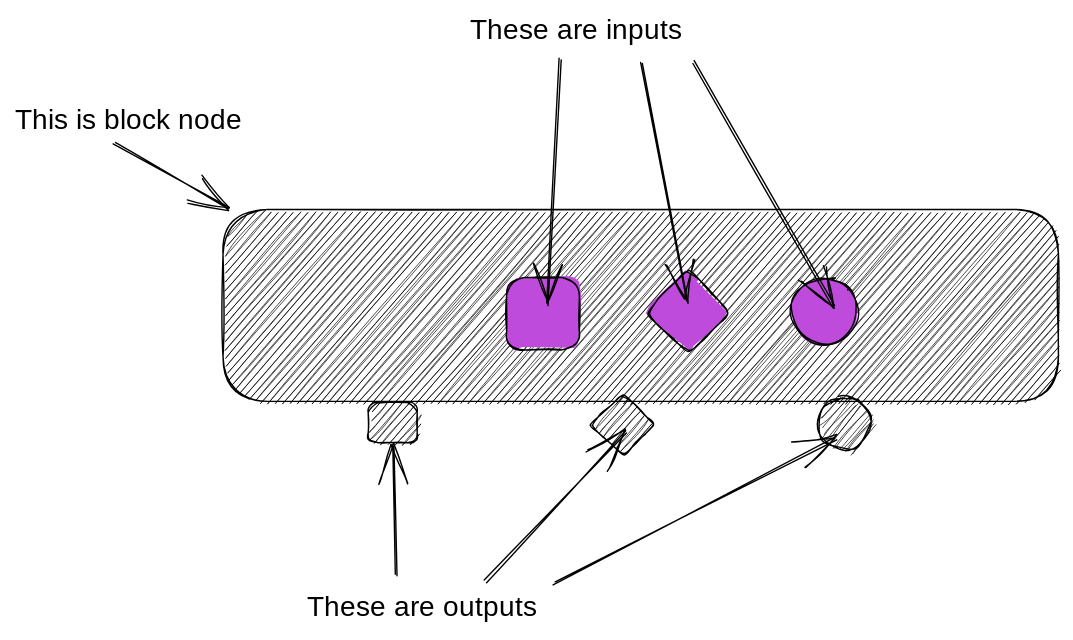
Above: docs/c2.excalidraw.svg in 0x-jerry/blocks-program (Excalidraw), before the change. Source tidied: one line per element, renumbered; positions are measured from the earlier drawing's top-left corner, leaving out a move shared by most shapes.
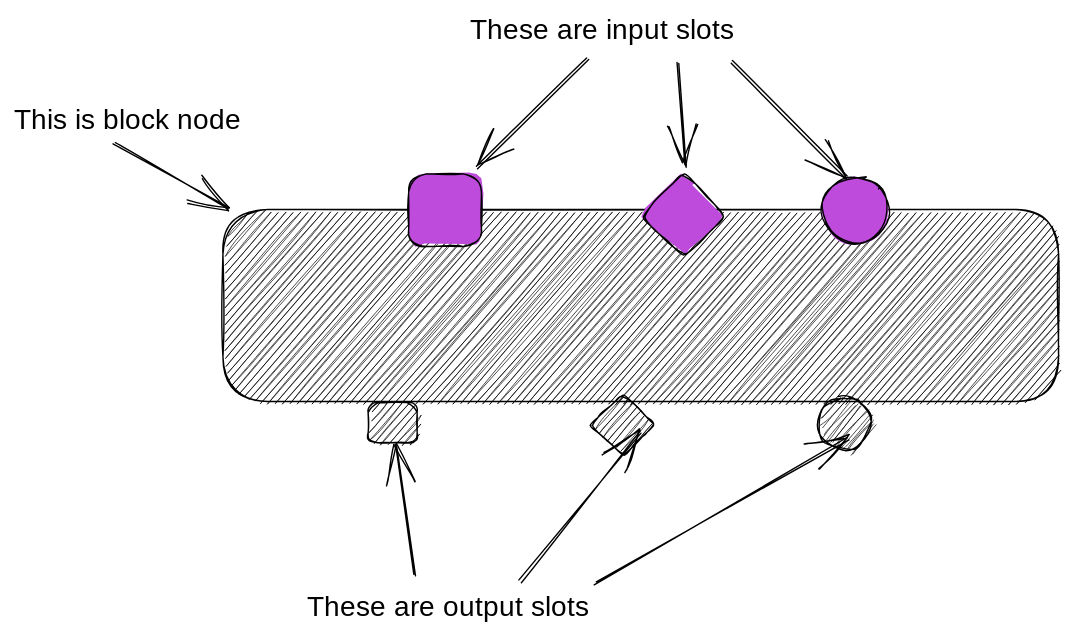
Later version of the same file.

Commit message:
docs: update node design

The edit, as a diff of the source:
```diff
@@ -1,17 +1,17 @@
 {"id": 0, "type": "rectangle", "strokeColor": "#000000", "backgroundColor": "#000", "fillStyle": "hachure", "strokeWidth": 1, "roughness": 1, "round": true, "x": 149, "y": 140, "width": 597, "height": 137}
-{"id": 1, "type": "rectangle", "strokeColor": "#000000", "backgroundColor": "#be4bdb", "fillStyle": "solid", "strokeWidth": 1, "roughness": 1, "round": true, "x": 352, "y": 188, "width": 52, "height": 52}
+{"id": 1, "type": "rectangle", "strokeColor": "#000000", "backgroundColor": "#be4bdb", "fillStyle": "solid", "strokeWidth": 1, "roughness": 1, "round": true, "x": 282, "y": 114, "width": 52, "height": 52}
-{"id": 2, "type": "diamond", "strokeColor": "#000000", "backgroundColor": "#be4bdb", "fillStyle": "solid", "strokeWidth": 1, "roughness": 1, "round": true, "x": 451, "y": 182, "width": 61, "height": 61}
+{"id": 2, "type": "diamond", "strokeColor": "#000000", "backgroundColor": "#be4bdb", "fillStyle": "solid", "strokeWidth": 1, "roughness": 1, "round": true, "x": 448, "y": 113, "width": 61, "height": 61}
-{"id": 3, "type": "ellipse", "strokeColor": "#000000", "backgroundColor": "#be4bdb", "fillStyle": "solid", "strokeWidth": 1, "roughness": 1, "round": true, "x": 555, "y": 189, "width": 47, "height": 47}
+{"id": 3, "type": "ellipse", "strokeColor": "#000000", "backgroundColor": "#be4bdb", "fillStyle": "solid", "strokeWidth": 1, "roughness": 1, "round": true, "x": 577, "y": 117, "width": 47, "height": 47}
 {"id": 4, "type": "rectangle", "strokeColor": "#000000", "backgroundColor": "#000", "fillStyle": "hachure", "strokeWidth": 1, "roughness": 1, "round": true, "x": 253, "y": 278, "width": 35, "height": 29}
 {"id": 5, "type": "diamond", "strokeColor": "#000000", "backgroundColor": "#000", "fillStyle": "hachure", "strokeWidth": 1, "roughness": 1, "round": true, "x": 411, "y": 272, "width": 47, "height": 44}
 {"id": 6, "type": "ellipse", "strokeColor": "#000000", "backgroundColor": "#000", "fillStyle": "hachure", "strokeWidth": 1, "roughness": 1, "round": true, "x": 574, "y": 274, "width": 38, "height": 37}
-{"id": 7, "type": "text", "text": "These are outputs", "strokeColor": "#000000", "backgroundColor": "#000", "fillStyle": "hachure", "strokeWidth": 1, "roughness": 1, "fontSize": 20, "fontFamily": 1, "x": 209, "y": 412, "width": 189, "height": 25}
+{"id": 7, "type": "text", "text": "These are output slots", "strokeColor": "#000000", "backgroundColor": "#000", "fillStyle": "hachure", "strokeWidth": 1, "roughness": 1, "fontSize": 20, "fontFamily": 1, "x": 209, "y": 412, "width": 237, "height": 25}
-{"id": 8, "type": "arrow", "strokeColor": "#000000", "backgroundColor": "#000", "fillStyle": "hachure", "strokeWidth": 1, "roughness": 1, "endArrowhead": "arrow", "round": true, "from": 7, "to": 4, "x": 273, "y": 402, "width": 2, "height": 93, "points": [[0, 0], [-2, -93]]}
+{"id": 8, "type": "arrow", "strokeColor": "#000000", "backgroundColor": "#000", "fillStyle": "hachure", "strokeWidth": 1, "roughness": 1, "endArrowhead": "arrow", "round": true, "from": 7, "to": 4, "x": 286, "y": 402, "width": 13, "height": 93, "points": [[0, 0], [-13, -93]]}
-{"id": 9, "type": "arrow", "strokeColor": "#000000", "backgroundColor": "#000", "fillStyle": "hachure", "strokeWidth": 1, "roughness": 1, "endArrowhead": "arrow", "round": true, "from": 7, "to": 0, "x": 337, "y": 406, "width": 100, "height": 107, "points": [[0, 0], [100, -107]]}
+{"id": 9, "type": "arrow", "strokeColor": "#000000", "backgroundColor": "#000", "fillStyle": "hachure", "strokeWidth": 1, "roughness": 1, "endArrowhead": "arrow", "round": true, "from": 7, "to": 0, "x": 361, "y": 405, "width": 86, "height": 107, "points": [[0, 0], [86, -107]]}
-{"id": 10, "type": "arrow", "strokeColor": "#000000", "backgroundColor": "#000", "fillStyle": "hachure", "strokeWidth": 1, "roughness": 1, "endArrowhead": "arrow", "round": true, "from": 7, "to": 0, "x": 387, "y": 407, "width": 201, "height": 103, "points": [[0, 0], [201, -103]]}
+{"id": 10, "type": "arrow", "strokeColor": "#000000", "backgroundColor": "#000", "fillStyle": "hachure", "strokeWidth": 1, "roughness": 1, "endArrowhead": "arrow", "round": true, "from": 7, "to": 0, "x": 416, "y": 407, "width": 181, "height": 103, "points": [[0, 0], [181, -103]]}
-{"id": 11, "type": "text", "text": "These are inputs", "strokeColor": "#000000", "backgroundColor": "#000", "fillStyle": "hachure", "strokeWidth": 1, "roughness": 1, "fontSize": 20, "fontFamily": 1, "x": 325, "y": 0, "width": 169, "height": 25}
+{"id": 11, "type": "text", "text": "These are input slots", "strokeColor": "#000000", "backgroundColor": "#000", "fillStyle": "hachure", "strokeWidth": 1, "roughness": 1, "fontSize": 20, "fontFamily": 1, "x": 325, "y": 0, "width": 217, "height": 25}
-{"id": 12, "type": "arrow", "strokeColor": "#000000", "backgroundColor": "#000", "fillStyle": "hachure", "strokeWidth": 1, "roughness": 1, "endArrowhead": "arrow", "round": true, "from": 11, "x": 391, "y": 33, "width": 10, "height": 175, "points": [[0, 0], [-10, 175]]}
+{"id": 12, "type": "arrow", "strokeColor": "#000000", "backgroundColor": "#000", "fillStyle": "hachure", "strokeWidth": 1, "roughness": 1, "endArrowhead": "arrow", "round": true, "from": 11, "to": 1, "x": 410, "y": 33, "width": 80, "height": 77, "points": [[0, 0], [-80, 77]]}
-{"id": 13, "type": "arrow", "strokeColor": "#000000", "backgroundColor": "#000", "fillStyle": "hachure", "strokeWidth": 1, "roughness": 1, "endArrowhead": "arrow", "round": true, "from": 11, "x": 448, "y": 35, "width": 33, "height": 172, "points": [[0, 0], [33, 172]]}
+{"id": 13, "type": "arrow", "strokeColor": "#000000", "backgroundColor": "#000", "fillStyle": "hachure", "strokeWidth": 1, "roughness": 1, "endArrowhead": "arrow", "round": true, "from": 11, "to": 2, "x": 474, "y": 35, "width": 6, "height": 75, "points": [[0, 0], [6, 75]]}
-{"id": 14, "type": "arrow", "strokeColor": "#000000", "backgroundColor": "#000", "fillStyle": "hachure", "strokeWidth": 1, "roughness": 1, "endArrowhead": "arrow", "round": true, "from": 11, "x": 485, "y": 34, "width": 102, "height": 174, "points": [[0, 0], [102, 174]]}
+{"id": 14, "type": "arrow", "strokeColor": "#000000", "backgroundColor": "#000", "fillStyle": "hachure", "strokeWidth": 1, "roughness": 1, "endArrowhead": "arrow", "round": true, "from": 11, "to": 3, "x": 512, "y": 34, "width": 83, "height": 82, "points": [[0, 0], [83, 82]]}
 {"id": 15, "type": "arrow", "strokeColor": "#000000", "backgroundColor": "#000", "fillStyle": "hachure", "strokeWidth": 1, "roughness": 1, "endArrowhead": "arrow", "round": true, "from": 16, "to": 0, "x": 71, "y": 93, "width": 81, "height": 47, "points": [[0, 0], [81, 47]]}
 {"id": 16, "type": "text", "text": "This is block node", "strokeColor": "#000000", "backgroundColor": "#000", "fillStyle": "hachure", "strokeWidth": 1, "roughness": 1, "fontSize": 20, "fontFamily": 1, "x": 0, "y": 64, "width": 175, "height": 25}
```
